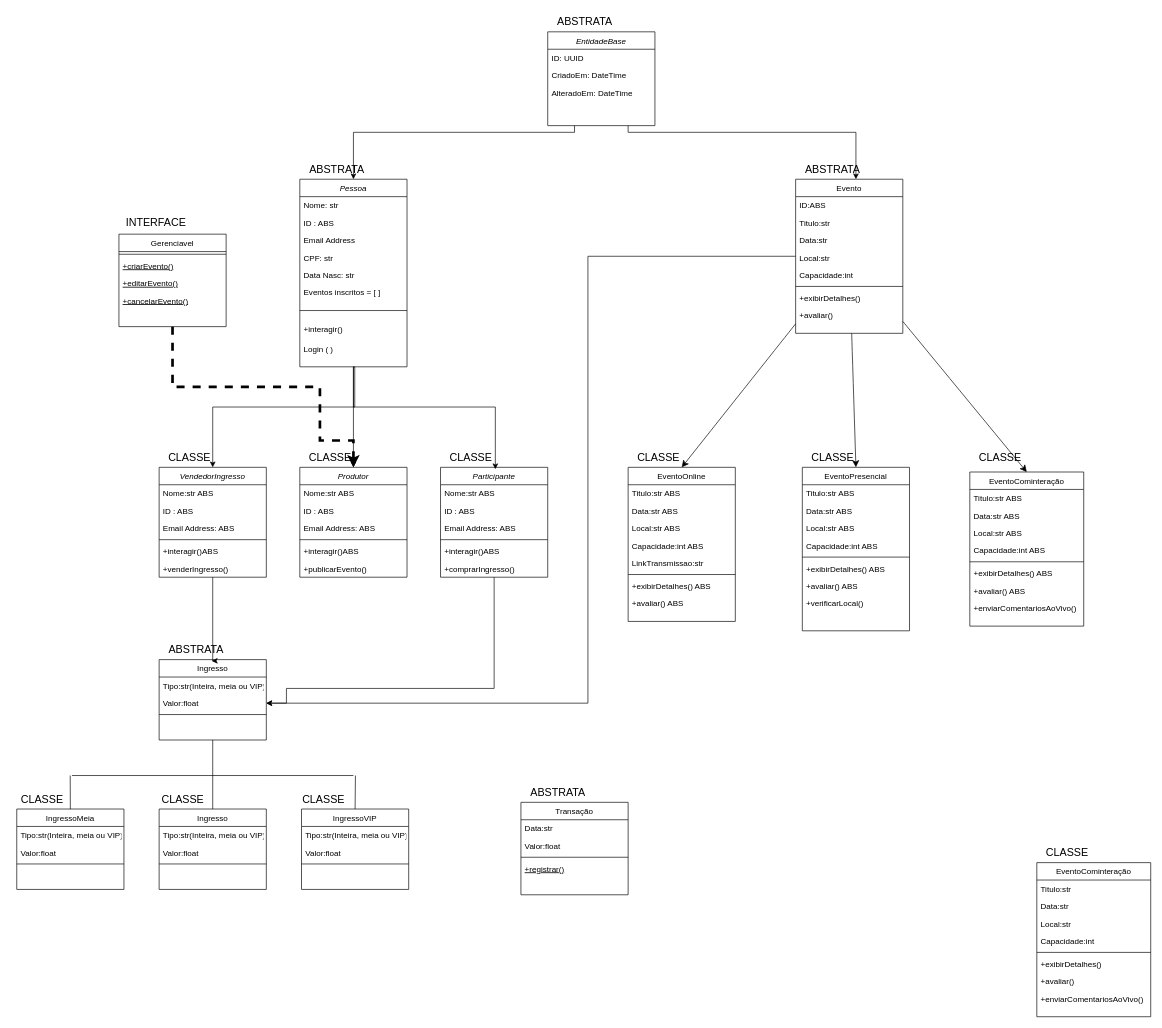
Earlier version of the draw.io diagram Diagrama sem nome.drawio (Ryan-Taito-Hadas/DiagramaBeto). Source tidied: cells renumbered, new cells numbered last; positions are measured from the earlier drawing's top-left corner, leaving out a move shared by most shapes. Both pictures are drawn from the tidied source at 67%, with x=0, y=0 at pixel (11, 11).
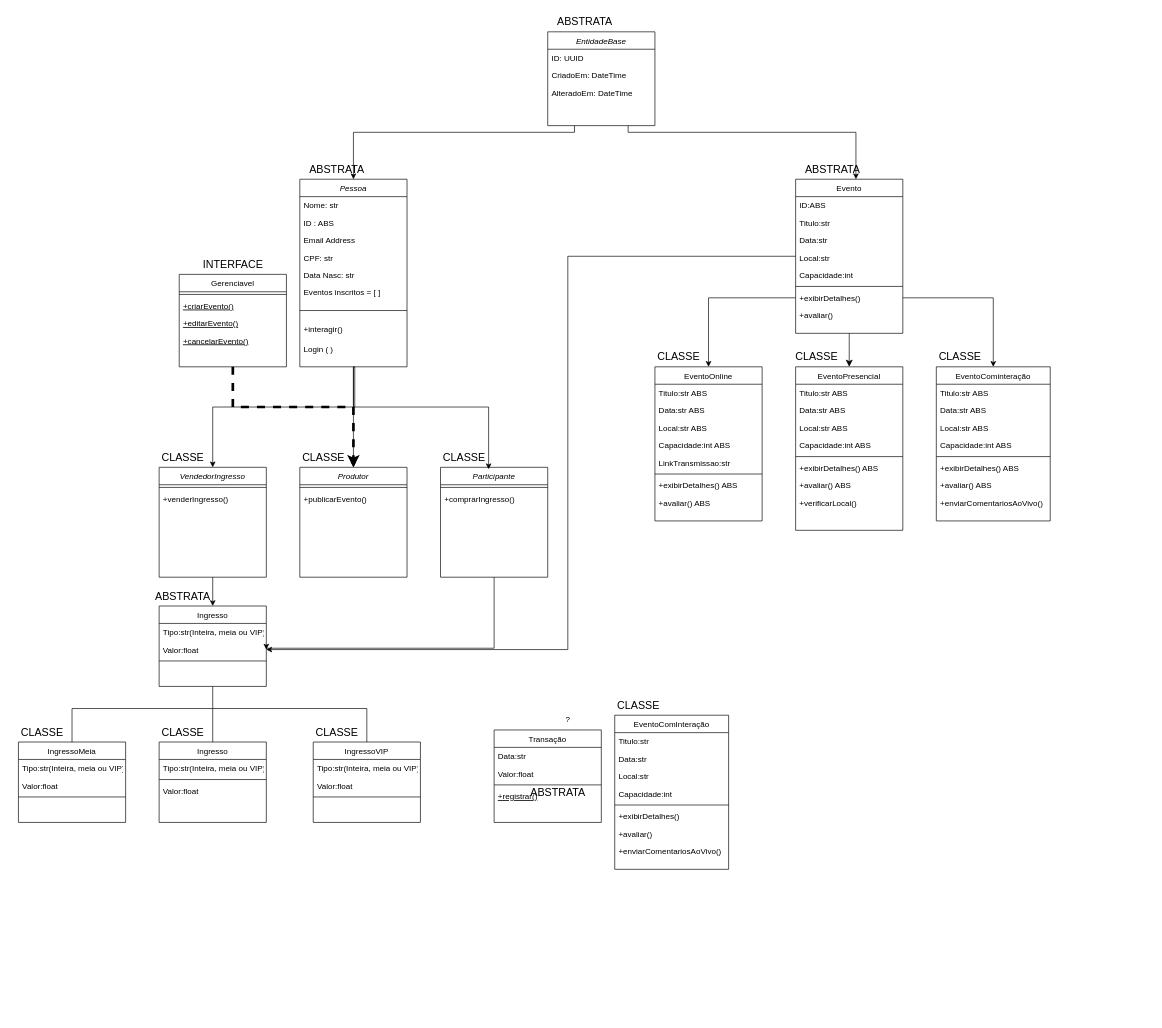
The same page after the edit.

The change refers to these unchanged cells:
```xml
<mxCell id="28" value="Evento" style="swimlane;fontStyle=0;align=center;verticalAlign=top;horizontal=1;startSize=26;rounded=0;shadow=0;strokeWidth=1;" parent="1" vertex="1">
  <mxGeometry x="1170" y="250" width="160" height="230" as="geometry" />
</mxCell>
<mxCell id="35" value="+exibirDetalhes()" style="text;align=left;verticalAlign=top;spacingLeft=4;spacingRight=4;overflow=hidden;points=[[0,0.5],[1,0.5]];portConstraint=eastwest;" parent="28" vertex="1">
  <mxGeometry y="164" width="160" height="26" as="geometry" />
</mxCell>
<mxCell id="41" value="Produtor" style="swimlane;fontStyle=2;align=center;verticalAlign=top;horizontal=1;startSize=26;rounded=0;shadow=0;strokeWidth=1;" parent="1" vertex="1">
  <mxGeometry x="430" y="680" width="160" height="164" as="geometry" />
</mxCell>
<mxCell id="49" value="Participante" style="swimlane;fontStyle=2;align=center;verticalAlign=top;horizontal=1;startSize=26;rounded=0;shadow=0;strokeWidth=1;" parent="1" vertex="1">
  <mxGeometry x="640" y="680" width="160" height="164" as="geometry" />
</mxCell>
<mxCell id="105" value="VendedorIngresso" style="swimlane;fontStyle=2;align=center;verticalAlign=top;horizontal=1;startSize=26;rounded=0;shadow=0;strokeWidth=1;" parent="1" vertex="1">
  <mxGeometry x="220" y="680" width="160" height="164" as="geometry" />
</mxCell>
<mxCell id="120" value="Valor:float" style="text;align=left;verticalAlign=top;spacingLeft=4;spacingRight=4;overflow=hidden;points=[[0,0.5],[1,0.5]];portConstraint=eastwest;" parent="118" vertex="1">
  <mxGeometry y="52" width="160" height="26" as="geometry" />
</mxCell>
```

What changed in the source:
```diff
@@
     <mxCell id="14" style="edgeStyle=orthogonalEdgeStyle;rounded=0;jettySize=auto;html=1;entryX=0.5;entryY=0;entryDx=0;entryDy=0;exitX=0.5;exitY=1;exitDx=0;exitDy=0;dashed=1;strokeWidth=4;" parent="1" edge="1" source="15" target="41">
       <mxGeometry relative="1" as="geometry">
         <Array as="points">
-          <mxPoint x="240" y="560" />
-          <mxPoint x="460" y="560" />
-          <mxPoint x="460" y="640" />
-          <mxPoint x="510" y="640" />
+          <mxPoint x="330" y="590" />
+          <mxPoint x="510" y="590" />
         </Array>
       </mxGeometry>
     </mxCell>
     <mxCell id="15" value="Gerenciavel" style="swimlane;fontStyle=0;align=center;verticalAlign=top;horizontal=1;startSize=26;rounded=0;shadow=0;strokeWidth=1;" parent="1" vertex="1">
-      <mxGeometry x="160" y="332" width="160" height="138" as="geometry" />
+      <mxGeometry x="250" y="392" width="160" height="138" as="geometry" />
     </mxCell>
@@
     <mxCell id="20" value="IngressoMeia" style="swimlane;fontStyle=0;align=center;verticalAlign=top;horizontal=1;startSize=26;rounded=0;shadow=0;strokeWidth=1;" parent="1" vertex="1">
-      <mxGeometry x="7.5" y="1190" width="160" height="120" as="geometry" />
+      <mxGeometry x="10" y="1090" width="160" height="120" as="geometry" />
     </mxCell>
@@
-    <mxCell id="24" style="edgeStyle=none;curved=1;rounded=0;jettySize=auto;html=1;entryX=0.5;entryY=0;entryDx=0;entryDy=0;fontSize=12;startSize=8;endSize=8;" parent="1" edge="1" source="28" target="58">
-      <mxGeometry relative="1" as="geometry" />
-    </mxCell>
@@
-    <mxCell id="26" style="edgeStyle=none;curved=1;rounded=0;jettySize=auto;html=1;entryX=0.5;entryY=0;entryDx=0;entryDy=0;fontSize=12;startSize=8;endSize=8;" parent="1" edge="1" source="28" target="78">
-      <mxGeometry relative="1" as="geometry" />
-    </mxCell>
     <mxCell id="27" style="edgeStyle=orthogonalEdgeStyle;rounded=0;jettySize=auto;html=1;entryX=1;entryY=0.5;entryDx=0;entryDy=0;targetPerimeterSpacing=0;" parent="1" edge="1" source="28" target="120">
       <mxGeometry relative="1" as="geometry">
         <Array as="points">
-          <mxPoint x="860" y="365" />
-          <mxPoint x="860" y="1032" />
+          <mxPoint x="830" y="365" />
+          <mxPoint x="830" y="952" />
         </Array>
       </mxGeometry>
     </mxCell>
@@
     <mxCell id="40" value="CLASSE" style="text;html=1;align=center;verticalAlign=middle;strokeColor=none;fillColor=none;fontSize=16;" parent="1" vertex="1">
-      <mxGeometry x="210" y="1160" width="90" height="30" as="geometry" />
+      <mxGeometry x="210" y="1060" width="90" height="30" as="geometry" />
     </mxCell>
@@
-    <mxCell id="42" value="Nome:str ABS" style="text;align=left;verticalAlign=top;spacingLeft=4;spacingRight=4;overflow=hidden;" parent="41" vertex="1">
-      <mxGeometry y="26" width="160" height="26" as="geometry" />
-    </mxCell>
-    <mxCell id="43" value="ID : ABS" style="text;align=left;verticalAlign=top;spacingLeft=4;spacingRight=4;overflow=hidden;rounded=0;shadow=0;html=0;" parent="41" vertex="1">
-      <mxGeometry y="52" width="160" height="26" as="geometry" />
-    </mxCell>
-    <mxCell id="44" value="Email Address: ABS" style="text;align=left;verticalAlign=top;spacingLeft=4;spacingRight=4;overflow=hidden;rounded=0;shadow=0;html=0;" parent="41" vertex="1">
-      <mxGeometry y="78" width="160" height="26" as="geometry" />
-    </mxCell>
     <mxCell id="45" style="line;html=1;strokeWidth=1;align=left;verticalAlign=middle;spacingTop=-1;spacingLeft=3;spacingRight=3;labelPosition=right;" parent="41" vertex="1">
-      <mxGeometry y="104" width="160" height="8" as="geometry" />
+      <mxGeometry y="26" width="160" height="8" as="geometry" />
     </mxCell>
-    <mxCell id="46" value="+interagir()ABS" style="text;align=left;verticalAlign=top;spacingLeft=4;spacingRight=4;overflow=hidden;" parent="41" vertex="1">
-      <mxGeometry y="112" width="160" height="26" as="geometry" />
-    </mxCell>
     <mxCell id="47" value="+publicarEvento()" style="text;align=left;verticalAlign=top;spacingLeft=4;spacingRight=4;overflow=hidden;" parent="41" vertex="1">
-      <mxGeometry y="138" width="160" height="26" as="geometry" />
+      <mxGeometry y="34" width="160" height="26" as="geometry" />
     </mxCell>
     <mxCell id="48" style="edgeStyle=orthogonalEdgeStyle;rounded=0;jettySize=auto;html=1;entryX=1;entryY=0.5;entryDx=0;entryDy=0;" parent="1" edge="1" source="49" target="120">
       <mxGeometry relative="1" as="geometry">
         <Array as="points">
-          <mxPoint x="720" y="1010" />
-          <mxPoint x="410" y="1010" />
-          <mxPoint x="410" y="1032" />
+          <mxPoint x="720" y="950" />
+          <mxPoint x="380" y="950" />
         </Array>
       </mxGeometry>
     </mxCell>
@@
-    <mxCell id="50" value="Nome:str ABS" style="text;align=left;verticalAlign=top;spacingLeft=4;spacingRight=4;overflow=hidden;" parent="49" vertex="1">
-      <mxGeometry y="26" width="160" height="26" as="geometry" />
-    </mxCell>
-    <mxCell id="51" value="ID : ABS" style="text;align=left;verticalAlign=top;spacingLeft=4;spacingRight=4;overflow=hidden;rounded=0;shadow=0;html=0;" parent="49" vertex="1">
-      <mxGeometry y="52" width="160" height="26" as="geometry" />
-    </mxCell>
-    <mxCell id="52" value="Email Address: ABS" style="text;align=left;verticalAlign=top;spacingLeft=4;spacingRight=4;overflow=hidden;rounded=0;shadow=0;html=0;" parent="49" vertex="1">
-      <mxGeometry y="78" width="160" height="26" as="geometry" />
-    </mxCell>
     <mxCell id="53" style="line;html=1;strokeWidth=1;align=left;verticalAlign=middle;spacingTop=-1;spacingLeft=3;spacingRight=3;labelPosition=right;" parent="49" vertex="1">
-      <mxGeometry y="104" width="160" height="8" as="geometry" />
+      <mxGeometry y="26" width="160" height="8" as="geometry" />
     </mxCell>
-    <mxCell id="54" value="+interagir()ABS" style="text;align=left;verticalAlign=top;spacingLeft=4;spacingRight=4;overflow=hidden;" parent="49" vertex="1">
-      <mxGeometry y="112" width="160" height="26" as="geometry" />
-    </mxCell>
     <mxCell id="55" value="+comprarIngresso()" style="text;align=left;verticalAlign=top;spacingLeft=4;spacingRight=4;overflow=hidden;" parent="49" vertex="1">
-      <mxGeometry y="138" width="160" height="26" as="geometry" />
+      <mxGeometry y="34" width="160" height="26" as="geometry" />
     </mxCell>
     <mxCell id="56" value="CLASSE" style="text;html=1;align=center;verticalAlign=middle;strokeColor=none;fillColor=none;fontSize=16;" parent="1" vertex="1">
-      <mxGeometry x="430" y="650" width="90" height="30" as="geometry" />
+      <mxGeometry x="420" y="650" width="90" height="30" as="geometry" />
     </mxCell>
     <mxCell id="57" value="CLASSE" style="text;html=1;align=center;verticalAlign=middle;points=[];strokeColor=none;fillColor=none;fontSize=16;" parent="1" vertex="1">
-      <mxGeometry x="640" y="650" width="90" height="30" as="geometry" />
+      <mxGeometry x="630" y="650" width="90" height="30" as="geometry" />
     </mxCell>
     <mxCell id="58" value="EventoOnline" style="swimlane;fontStyle=0;align=center;verticalAlign=top;horizontal=1;startSize=26;rounded=0;shadow=0;strokeWidth=1;" parent="1" vertex="1">
-      <mxGeometry x="920" y="680" width="160" height="230" as="geometry" />
+      <mxGeometry x="960" y="530" width="160" height="230" as="geometry" />
     </mxCell>
@@
     <mxCell id="67" value="CLASSE" style="text;html=1;align=center;verticalAlign=middle;strokeColor=none;fillColor=none;fontSize=16;" parent="1" vertex="1">
-      <mxGeometry x="920" y="650" width="90" height="30" as="geometry" />
+      <mxGeometry x="950" y="500" width="90" height="30" as="geometry" />
     </mxCell>
     <mxCell id="68" value="EventoPresencial" style="swimlane;fontStyle=0;align=center;verticalAlign=top;horizontal=1;startSize=26;rounded=0;shadow=0;strokeWidth=1;" parent="1" vertex="1">
-      <mxGeometry x="1180" y="680" width="160" height="244" as="geometry" />
+      <mxGeometry x="1170" y="530" width="160" height="244" as="geometry" />
     </mxCell>
@@
     <mxCell id="77" value="CLASSE" style="text;html=1;align=center;verticalAlign=middle;strokeColor=none;fillColor=none;fontSize=16;" parent="1" vertex="1">
-      <mxGeometry x="1180" y="650" width="90" height="30" as="geometry" />
+      <mxGeometry x="1156" y="500" width="90" height="30" as="geometry" />
     </mxCell>
     <mxCell id="78" value="EventoCominteração" style="swimlane;fontStyle=0;align=center;verticalAlign=top;horizontal=1;startSize=26;rounded=0;shadow=0;strokeWidth=1;" parent="1" vertex="1">
-      <mxGeometry x="1430" y="687" width="170" height="230" as="geometry" />
+      <mxGeometry x="1380" y="530" width="170" height="230" as="geometry" />
     </mxCell>
@@
     <mxCell id="87" value="CLASSE" style="text;html=1;align=center;verticalAlign=middle;strokeColor=none;fillColor=none;fontSize=16;" parent="1" vertex="1">
-      <mxGeometry x="1430" y="650" width="90" height="30" as="geometry" />
+      <mxGeometry x="1370" y="500" width="90" height="30" as="geometry" />
     </mxCell>
-    <mxCell id="88" value="EventoCominteração" style="swimlane;fontStyle=0;align=center;verticalAlign=top;horizontal=1;startSize=26;rounded=0;shadow=0;strokeWidth=1;" parent="1" vertex="1">
-      <mxGeometry x="1530" y="1270" width="170" height="230" as="geometry" />
+    <mxCell id="88" value="EventoComInteração" style="swimlane;fontStyle=0;align=center;verticalAlign=top;horizontal=1;startSize=26;rounded=0;shadow=0;strokeWidth=1;" parent="1" vertex="1">
+      <mxGeometry x="900" y="1050" width="170" height="230" as="geometry" />
     </mxCell>
@@
     <mxCell id="97" value="CLASSE" style="text;html=1;align=center;verticalAlign=middle;strokeColor=none;fillColor=none;fontSize=16;" parent="1" vertex="1">
-      <mxGeometry x="1530" y="1240" width="90" height="30" as="geometry" />
+      <mxGeometry x="890" y="1020" width="90" height="30" as="geometry" />
     </mxCell>
@@
-    <mxCell id="106" value="Nome:str ABS" style="text;align=left;verticalAlign=top;spacingLeft=4;spacingRight=4;overflow=hidden;" parent="105" vertex="1">
-      <mxGeometry y="26" width="160" height="26" as="geometry" />
-    </mxCell>
-    <mxCell id="107" value="ID : ABS" style="text;align=left;verticalAlign=top;spacingLeft=4;spacingRight=4;overflow=hidden;rounded=0;shadow=0;html=0;" parent="105" vertex="1">
-      <mxGeometry y="52" width="160" height="26" as="geometry" />
-    </mxCell>
-    <mxCell id="108" value="Email Address: ABS" style="text;align=left;verticalAlign=top;spacingLeft=4;spacingRight=4;overflow=hidden;rounded=0;shadow=0;html=0;" parent="105" vertex="1">
-      <mxGeometry y="78" width="160" height="26" as="geometry" />
-    </mxCell>
     <mxCell id="109" style="line;html=1;strokeWidth=1;align=left;verticalAlign=middle;spacingTop=-1;spacingLeft=3;spacingRight=3;labelPosition=right;" parent="105" vertex="1">
-      <mxGeometry y="104" width="160" height="8" as="geometry" />
+      <mxGeometry y="26" width="160" height="8" as="geometry" />
     </mxCell>
-    <mxCell id="110" value="+interagir()ABS" style="text;align=left;verticalAlign=top;spacingLeft=4;spacingRight=4;overflow=hidden;" parent="105" vertex="1">
-      <mxGeometry y="112" width="160" height="26" as="geometry" />
-    </mxCell>
     <mxCell id="111" value="+venderIngresso()" style="text;align=left;verticalAlign=top;spacingLeft=4;spacingRight=4;overflow=hidden;" parent="105" vertex="1">
-      <mxGeometry y="138" width="160" height="26" as="geometry" />
+      <mxGeometry y="34" width="160" height="26" as="geometry" />
     </mxCell>
     <mxCell id="112" value="CLASSE" style="text;html=1;align=center;verticalAlign=middle;strokeColor=none;fillColor=none;fontSize=16;" parent="1" vertex="1">
-      <mxGeometry x="220" y="650" width="90" height="30" as="geometry" />
+      <mxGeometry x="210" y="650" width="90" height="30" as="geometry" />
     </mxCell>
     <mxCell id="113" value="Ingresso" style="swimlane;fontStyle=0;align=center;verticalAlign=top;horizontal=1;startSize=26;rounded=0;shadow=0;strokeWidth=1;" parent="1" vertex="1">
-      <mxGeometry x="220" y="1190" width="160" height="120" as="geometry" />
+      <mxGeometry x="220" y="1090" width="160" height="120" as="geometry" />
     </mxCell>
@@
+    <mxCell id="116" style="line;html=1;strokeWidth=1;align=left;verticalAlign=middle;spacingTop=-1;spacingLeft=3;spacingRight=3;labelPosition=right;" parent="113" vertex="1">
+      <mxGeometry y="52" width="160" height="8" as="geometry" />
+    </mxCell>
     <mxCell id="115" value="Valor:float" style="text;align=left;verticalAlign=top;spacingLeft=4;spacingRight=4;overflow=hidden;" parent="113" vertex="1">
-      <mxGeometry y="52" width="160" height="26" as="geometry" />
+      <mxGeometry y="60" width="160" height="26" as="geometry" />
     </mxCell>
-    <mxCell id="116" style="line;html=1;strokeWidth=1;align=left;verticalAlign=middle;spacingTop=-1;spacingLeft=3;spacingRight=3;labelPosition=right;" parent="113" vertex="1">
-      <mxGeometry y="78" width="160" height="8" as="geometry" />
-    </mxCell>
     <mxCell id="117" value="CLASSE" style="text;html=1;align=center;verticalAlign=middle;strokeColor=none;fillColor=none;fontSize=16;" parent="1" vertex="1">
-      <mxGeometry y="1160" width="90" height="30" as="geometry" />
+      <mxGeometry y="1060" width="90" height="30" as="geometry" />
     </mxCell>
     <mxCell id="118" value="Ingresso" style="swimlane;fontStyle=0;align=center;verticalAlign=top;horizontal=1;startSize=26;rounded=0;shadow=0;strokeWidth=1;" parent="1" vertex="1">
-      <mxGeometry x="220" y="967" width="160" height="120" as="geometry" />
+      <mxGeometry x="220" y="887" width="160" height="120" as="geometry" />
     </mxCell>
@@
     <mxCell id="122" value="ABSTRATA" style="text;html=1;align=center;verticalAlign=middle;points=[];strokeColor=none;fillColor=none;fontSize=16;" parent="1" vertex="1">
-      <mxGeometry x="220" y="937" width="110" height="30" as="geometry" />
+      <mxGeometry x="200" y="857" width="110" height="30" as="geometry" />
     </mxCell>
-    <mxCell id="123" style="edgeStyle=orthogonalEdgeStyle;rounded=0;jettySize=auto;html=1;entryX=0.715;entryY=1.064;entryDx=0;entryDy=0;entryPerimeter=0;" parent="1" edge="1" source="105" target="122">
-      <mxGeometry relative="1" as="geometry">
-        <Array as="points">
-          <mxPoint x="300" y="969" />
-        </Array>
-      </mxGeometry>
+    <mxCell id="123" style="edgeStyle=orthogonalEdgeStyle;rounded=0;jettySize=auto;html=1;entryX=0.5;entryY=0;entryDx=0;entryDy=0;" parent="1" edge="1" source="105" target="118">
+      <mxGeometry relative="1" as="geometry" />
     </mxCell>
     <mxCell id="124" value="CLASSE" style="text;html=1;align=center;verticalAlign=middle;strokeColor=none;fillColor=none;fontSize=16;" parent="1" vertex="1">
-      <mxGeometry x="420" y="1160" width="90" height="30" as="geometry" />
+      <mxGeometry x="440" y="1060" width="90" height="30" as="geometry" />
     </mxCell>
     <mxCell id="125" value="IngressoVIP" style="swimlane;fontStyle=0;align=center;verticalAlign=top;horizontal=1;startSize=26;rounded=0;shadow=0;strokeWidth=1;" parent="1" vertex="1">
-      <mxGeometry x="432.5" y="1190" width="160" height="120" as="geometry" />
+      <mxGeometry x="450" y="1090" width="160" height="120" as="geometry" />
     </mxCell>
@@
     <mxCell id="129" value="Transação" style="swimlane;fontStyle=0;align=center;verticalAlign=top;horizontal=1;startSize=26;rounded=0;shadow=0;strokeWidth=1;" parent="1" vertex="1">
-      <mxGeometry x="760" y="1180" width="160" height="138" as="geometry" />
+      <mxGeometry x="720" y="1072" width="160" height="138" as="geometry" />
     </mxCell>
@@
     <mxCell id="134" value="INTERFACE" style="text;html=1;align=center;verticalAlign=middle;strokeColor=none;fillColor=none;fontSize=16;" parent="1" vertex="1">
-      <mxGeometry x="160" y="300" width="110" height="30" as="geometry" />
+      <mxGeometry x="275" y="362" width="110" height="30" as="geometry" />
     </mxCell>
@@
     <mxCell id="137" style="endArrow=none;html=1;rounded=0;exitX=0.5;exitY=0;exitDx=0;exitDy=0;" parent="1" edge="1" source="125">
       <mxGeometry relative="1" as="geometry">
-        <mxPoint x="513" y="1140" as="targetPoint" />
+        <mxPoint x="530" y="1040" as="targetPoint" />
       </mxGeometry>
     </mxCell>
     <mxCell id="138" style="endArrow=none;html=1;rounded=0;exitX=0.5;exitY=0;exitDx=0;exitDy=0;" parent="1" edge="1" source="20">
       <mxGeometry relative="1" as="geometry">
-        <mxPoint x="87.3" y="1140" as="targetPoint" />
+        <mxPoint x="90" y="1040" as="targetPoint" />
       </mxGeometry>
     </mxCell>
     <mxCell id="139" style="endArrow=none;html=1;rounded=0;" parent="1" edge="1">
       <mxGeometry relative="1" as="geometry">
-        <mxPoint x="90" y="1140" as="sourcePoint" />
-        <mxPoint x="510" y="1140" as="targetPoint" />
+        <mxPoint x="90" y="1040" as="sourcePoint" />
+        <mxPoint x="530" y="1040" as="targetPoint" />
+        <Array as="points">
+          <mxPoint x="300" y="1040" />
+        </Array>
       </mxGeometry>
     </mxCell>
+    <mxCell id="140" value="?" style="text;html=1;align=center;verticalAlign=middle;strokeColor=none;fillColor=none;" parent="1" vertex="1">
+      <mxGeometry x="815" y="1042" width="30" height="30" as="geometry" />
+    </mxCell>
+    <mxCell id="141" style="endArrow=classic;html=1;rounded=0;entryX=0.5;entryY=0;entryDx=0;entryDy=0;exitX=0;exitY=0.5;exitDx=0;exitDy=0;" parent="1" edge="1" source="35" target="58">
+      <mxGeometry relative="1" as="geometry">
+        <Array as="points">
+          <mxPoint x="1040" y="427" />
+        </Array>
+      </mxGeometry>
+    </mxCell>
+    <mxCell id="142" style="endArrow=classic;html=1;rounded=0;exitX=1;exitY=0.5;exitDx=0;exitDy=0;entryX=0.5;entryY=0;entryDx=0;entryDy=0;" parent="1" edge="1" source="35" target="78">
+      <mxGeometry relative="1" as="geometry">
+        <Array as="points">
+          <mxPoint x="1465" y="427" />
+        </Array>
+      </mxGeometry>
+    </mxCell>
```
